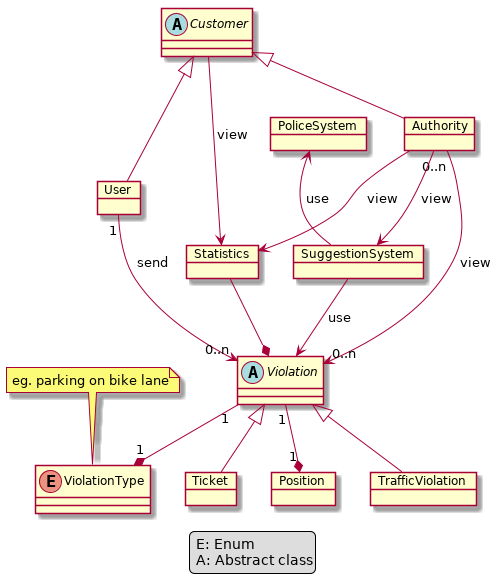
GiorgioUghini/SafeStreets keeps this PlantUML diagram as RASD/images/Class Diagram.png. Above is the earlier version.
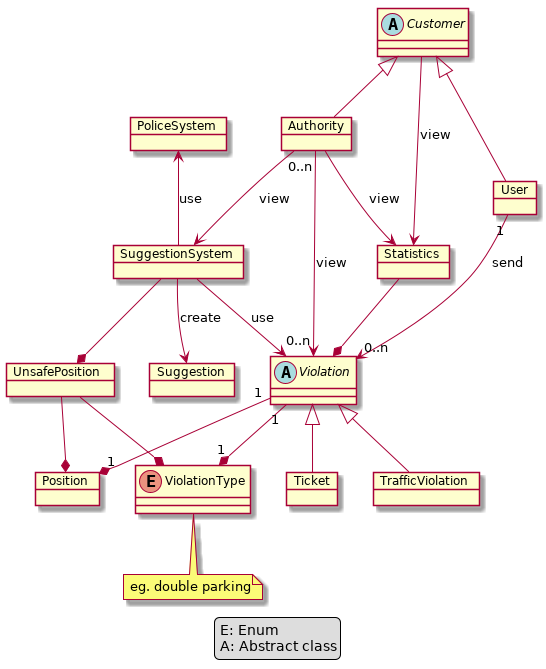
The same diagram one commit later.

Commit message:
Update class diagram

What changed in the source:
```diff
@@ -17,9 +17,11 @@
 object Position
 object Statistics
 object SuggestionSystem
+object Suggestion
+object UnsafePosition
 object PoliceSystem
 
-note top of ViolationType : eg. parking on bike lane
+note bottom of ViolationType : eg. double parking
 
 Customer <|-- User
 Customer <|-- Authority
@@ -30,6 +32,10 @@
 Authority "0..n" --> "0..n" Violation : view
 Authority --> SuggestionSystem : view
 SuggestionSystem --> Violation : "use"
+SuggestionSystem --> Suggestion : "create"
+SuggestionSystem --* UnsafePosition
+UnsafePosition --* Position
+UnsafePosition --* ViolationType
 PoliceSystem <-- SuggestionSystem : "use"
 Violation <|-- TrafficViolation
 Violation <|-- Ticket
```
